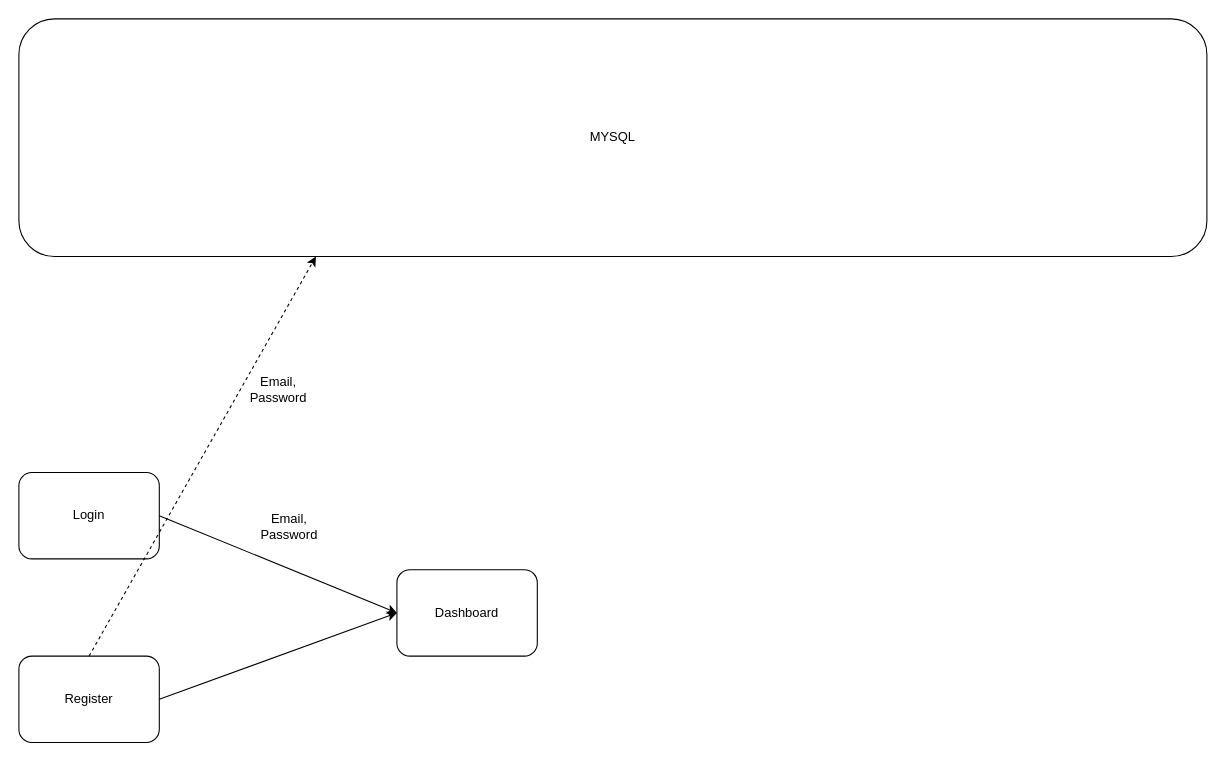
This is frontend/ApplicationDiagram.drawio from DeMeyerRobin/IndustryProject-BariatricSurgeryG1, a draw.io file, before an edit. Source tidied: cells renumbered, new cells numbered last; positions are measured from the earlier drawing's top-left corner, leaving out a move shared by most shapes. Both pictures are drawn from the tidied source at 108%, with x=0, y=0 at pixel (18, 18).
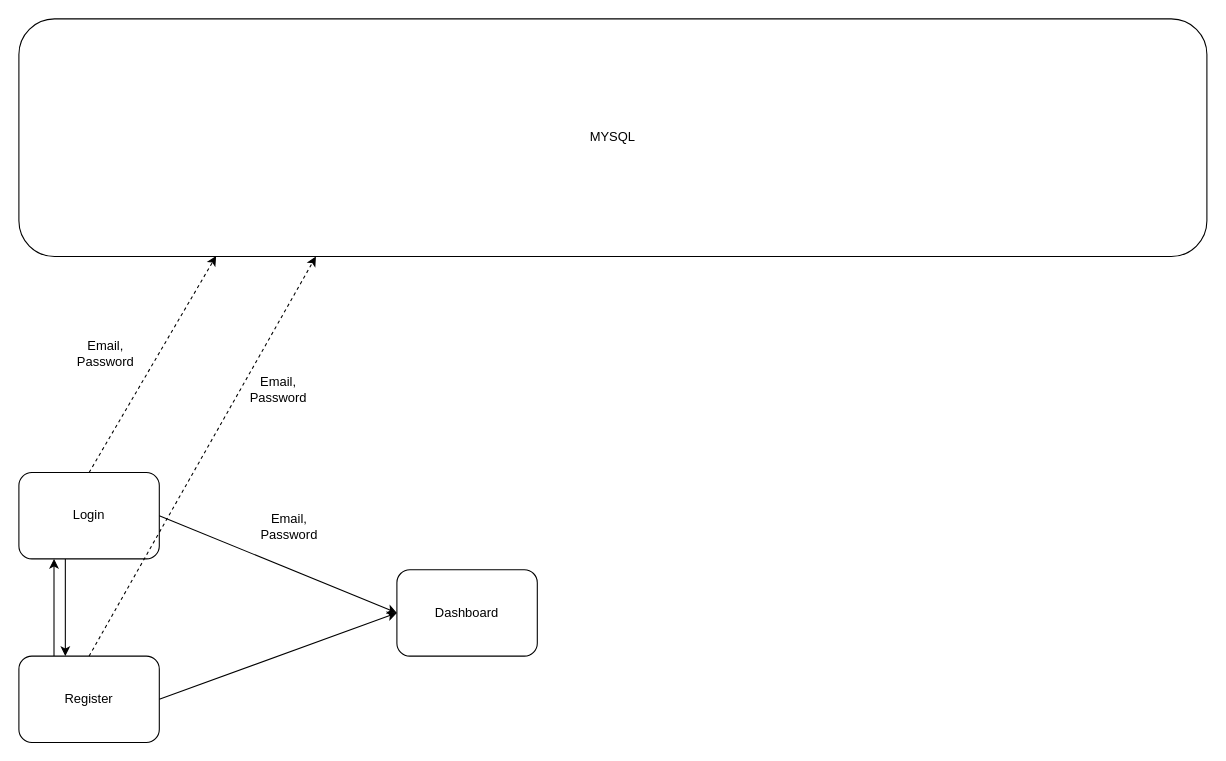
The same page after the edit.

The edit, as a diff of the source:
```diff
@@
 <mxGraphModel>
   <root>
     <mxCell id="0" />
     <mxCell id="1" parent="0" />
     <mxCell id="2" value="Login" style="rounded=1;whiteSpace=wrap;html=1;" parent="1" vertex="1">
       <mxGeometry y="420" width="130" height="80" as="geometry" />
     </mxCell>
     <mxCell id="3" value="Register" style="rounded=1;whiteSpace=wrap;html=1;" parent="1" vertex="1">
       <mxGeometry y="590" width="130" height="80" as="geometry" />
     </mxCell>
     <mxCell id="4" value="Dashboard" style="rounded=1;whiteSpace=wrap;html=1;" parent="1" vertex="1">
       <mxGeometry x="350" y="510" width="130" height="80" as="geometry" />
     </mxCell>
     <mxCell id="5" style="endArrow=classic;html=1;rounded=0;exitX=1;exitY=0.5;exitDx=0;exitDy=0;entryX=0;entryY=0.5;entryDx=0;entryDy=0;" parent="1" edge="1" source="2" target="4">
       <mxGeometry relative="1" as="geometry" />
     </mxCell>
     <mxCell id="6" style="endArrow=classic;html=1;rounded=0;exitX=1;exitY=0.5;exitDx=0;exitDy=0;entryX=0;entryY=0.5;entryDx=0;entryDy=0;" parent="1" edge="1" source="3" target="4">
       <mxGeometry relative="1" as="geometry" />
     </mxCell>
     <mxCell id="7" value="MYSQL" style="rounded=1;whiteSpace=wrap;html=1;" parent="1" vertex="1">
       <mxGeometry width="1100" height="220" as="geometry" />
     </mxCell>
     <mxCell id="8" style="endArrow=classic;html=1;rounded=0;exitX=0.5;exitY=0;exitDx=0;exitDy=0;entryX=0.25;entryY=1;entryDx=0;entryDy=0;dashed=1;" parent="1" edge="1" source="3" target="7">
       <mxGeometry relative="1" as="geometry" />
     </mxCell>
     <mxCell id="9" value="Email,&lt;div&gt;Password&lt;/div&gt;" style="text;html=1;align=center;verticalAlign=middle;strokeColor=none;fillColor=none;" parent="1" vertex="1">
       <mxGeometry x="200" y="323" width="80" height="40" as="geometry" />
     </mxCell>
     <mxCell id="10" value="Email,&lt;div&gt;Password&lt;/div&gt;" style="text;html=1;align=center;verticalAlign=middle;strokeColor=none;fillColor=none;" parent="1" vertex="1">
       <mxGeometry x="210" y="450" width="80" height="40" as="geometry" />
     </mxCell>
+    <mxCell id="11" style="endArrow=classic;html=1;rounded=0;exitX=0.25;exitY=0;exitDx=0;exitDy=0;entryX=0.25;entryY=1;entryDx=0;entryDy=0;" parent="1" edge="1" source="3" target="2">
+      <mxGeometry relative="1" as="geometry" />
+    </mxCell>
+    <mxCell id="12" style="endArrow=none;html=1;rounded=0;exitX=0.25;exitY=0;exitDx=0;exitDy=0;entryX=0.25;entryY=1;entryDx=0;entryDy=0;startArrow=classic;startFill=1;" parent="1" edge="1">
+      <mxGeometry relative="1" as="geometry">
+        <mxPoint x="43" y="590" as="sourcePoint" />
+        <mxPoint x="43" y="500" as="targetPoint" />
+      </mxGeometry>
+    </mxCell>
+    <mxCell id="13" style="endArrow=classic;html=1;rounded=0;exitX=0.5;exitY=0;exitDx=0;exitDy=0;entryX=0.166;entryY=0.998;entryDx=0;entryDy=0;dashed=1;entryPerimeter=0;" parent="1" edge="1" source="2" target="7">
+      <mxGeometry relative="1" as="geometry" />
+    </mxCell>
+    <mxCell id="14" value="Email,&lt;div&gt;Password&lt;/div&gt;" style="text;html=1;align=center;verticalAlign=middle;strokeColor=none;fillColor=none;" parent="1" vertex="1">
+      <mxGeometry x="40" y="290" width="80" height="40" as="geometry" />
+    </mxCell>
   </root>
 </mxGraphModel>
```
